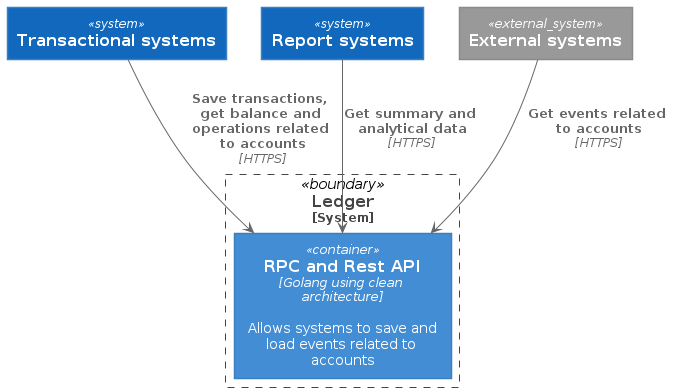
Before: docs/c4model/level_1_system_context_diagram.png, a diagram exported from PlantUML (fernandodr19/the-amazing-ledger).
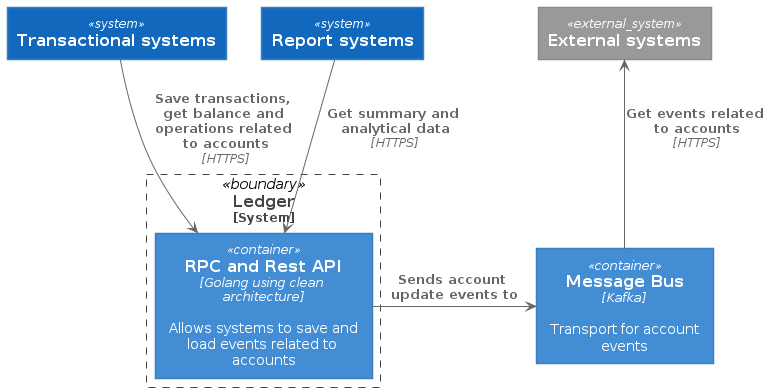
The same diagram one commit later.

What changed in the source:
```diff
@@ -1,7 +1,5 @@
 @startuml Basic Sample
 !includeurl https://raw.githubusercontent.com/RicardoNiepel/C4-PlantUML/release/1-0/C4_Container.puml
-
-
 
 
 System(transactional_systems, "Transactional systems")
@@ -9,11 +7,15 @@
 System_Ext(external_systems, "External systems")
 
 System_Boundary(ledger, "Ledger") {
-    Container(ledger_app, "RPC and Rest API", "Golang using clean architecture", "Allows systems to save and load events related to accounts")
+    Container(ledger_api, "RPC and Rest API", "Golang using clean architecture", "Allows systems to save and load events related to accounts")
 }
 
+Container(message_bus, "Message Bus", "Kafka", "Transport for account events")
 
-Rel(transactional_systems, ledger_app, "Save transactions, get balance and operations related to accounts", "HTTPS")
-Rel(report_systems, ledger_app, "Get summary and analytical data", "HTTPS")
-Rel(external_systems, ledger_app, "Get events related to accounts", "HTTPS")
+Rel_Back(external_systems, message_bus, "Get events related to accounts", "HTTPS")
+
+Rel_R(ledger_api, message_bus, "Sends account update events to")
+
+Rel(transactional_systems, ledger_api, "Save transactions, get balance and operations related to accounts", "HTTPS")
+Rel(report_systems, ledger_api, "Get summary and analytical data", "HTTPS")
 @enduml
```
